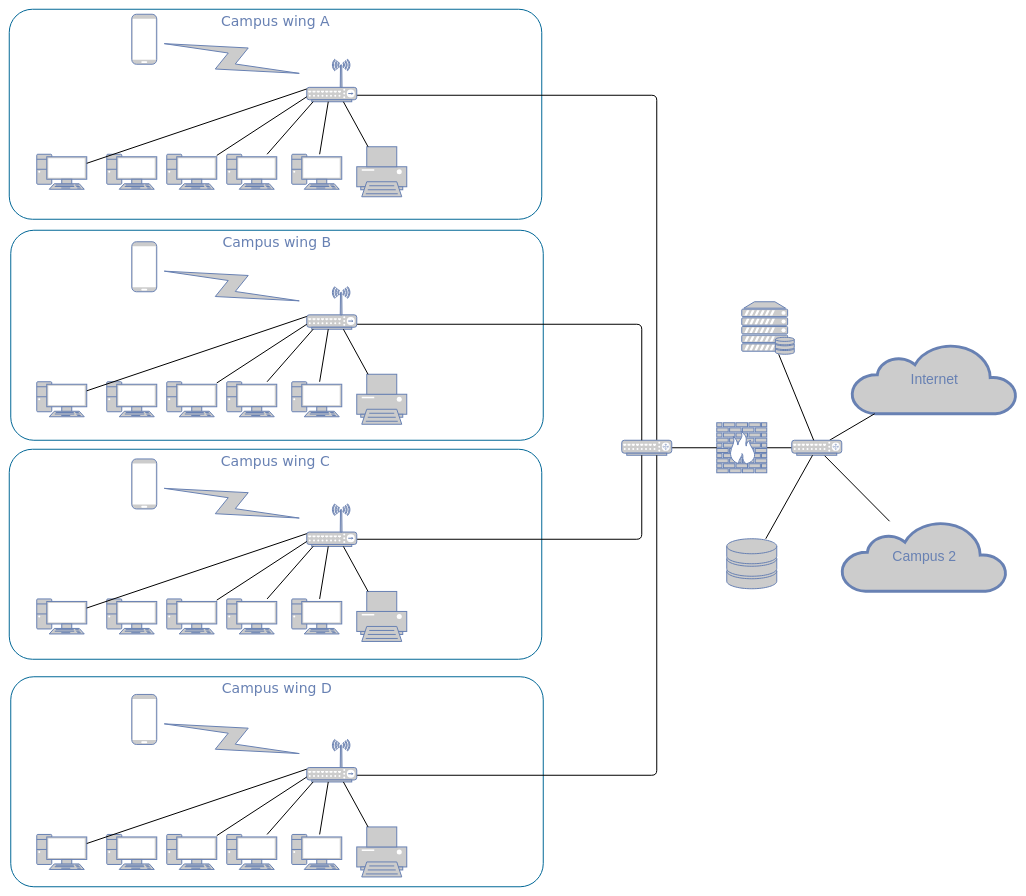
JAlexLong/netnexus keeps this draw.io diagram as Untitled Diagram.drawio. Above is the earlier version. Source tidied: cells renumbered, new cells numbered last; positions are measured from the earlier drawing's top-left corner, leaving out a move shared by most shapes. Both pictures are drawn from the tidied source at 50%, with x=0, y=0 at pixel (9, 9).
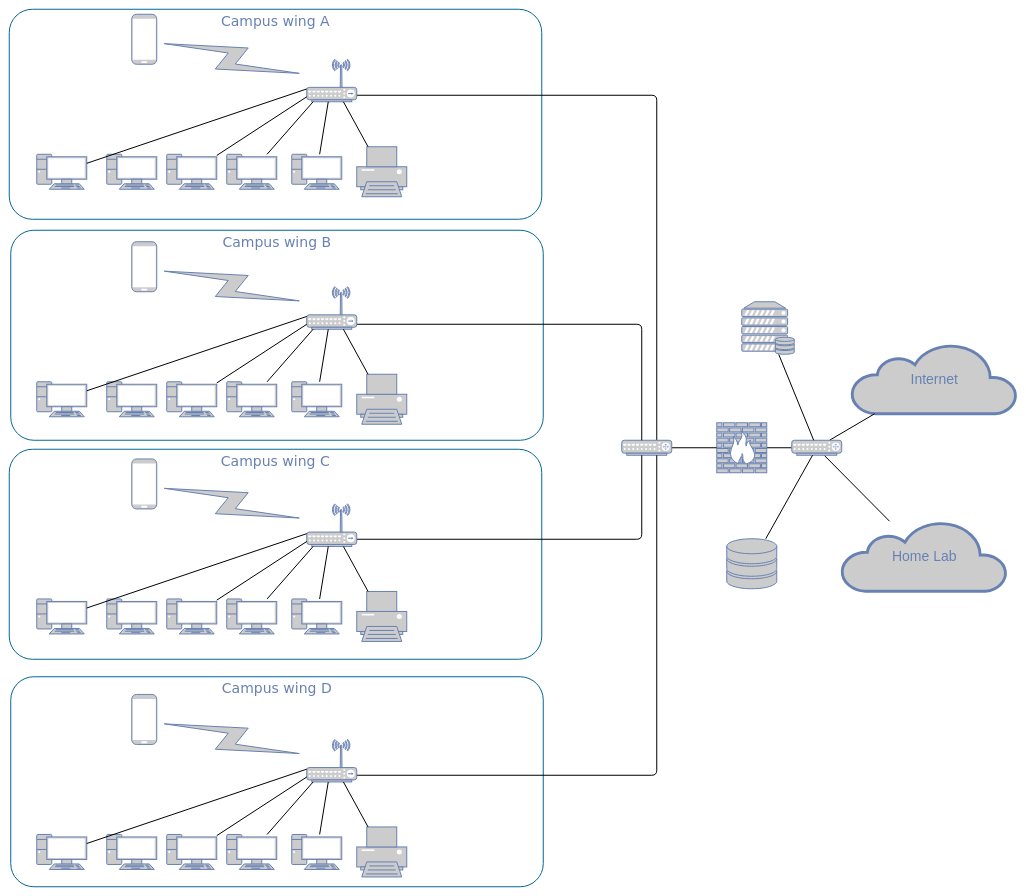
After the change.

Commit message:
NAT Network Diagram

What changed in the source:
```diff
@@
-    <mxCell id="78" value="Campus 2" style="html=1;fillColor=#CCCCCC;strokeColor=#6881B3;gradientColor=none;gradientDirection=north;strokeWidth=2;shape=mxgraph.networks.cloud;fontColor=#6881B3;rounded=0;shadow=0;comic=0;align=center;fontSize=28;" parent="1" vertex="1">
+    <mxCell id="78" value="Home Lab" style="html=1;fillColor=#CCCCCC;strokeColor=#6881B3;gradientColor=none;gradientDirection=north;strokeWidth=2;shape=mxgraph.networks.cloud;fontColor=#6881B3;rounded=0;shadow=0;comic=0;align=center;fontSize=28;" parent="1" vertex="1">
       <mxGeometry x="1665" y="1024" width="330" height="140" as="geometry" />
     </mxCell>
```
